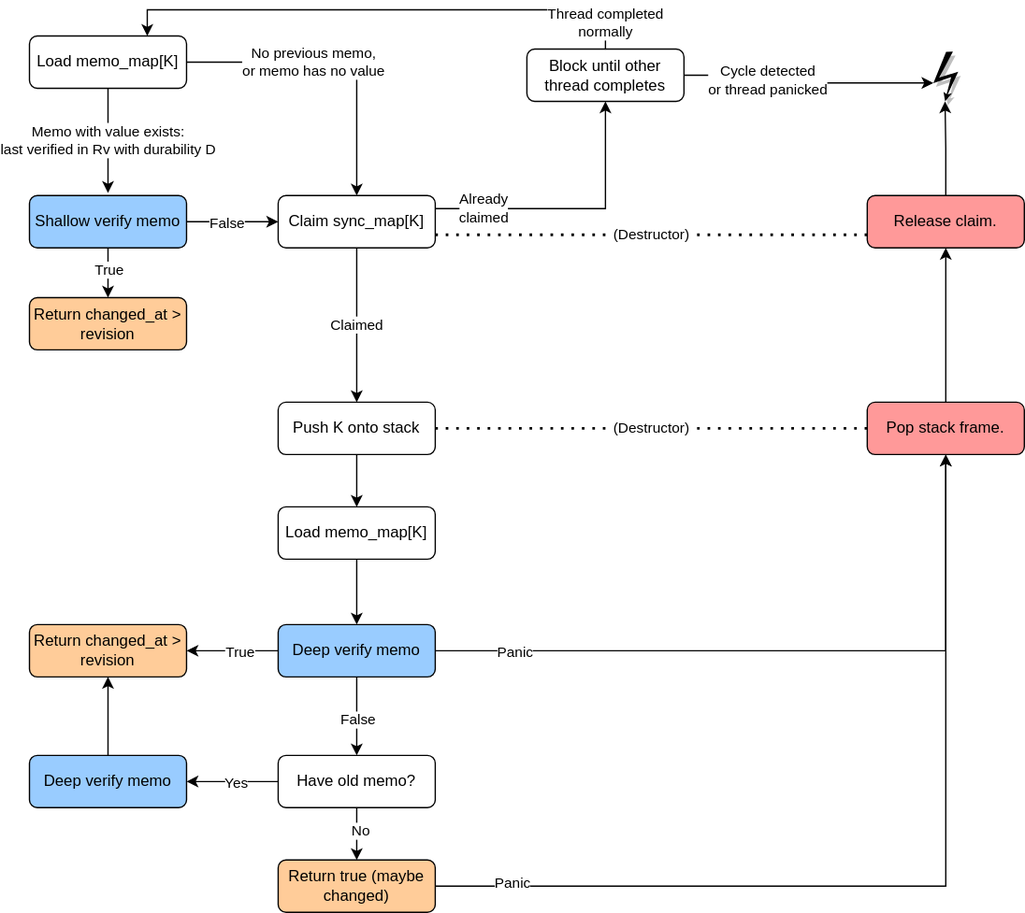
The draw.io diagram book/src/derived-query-maybe-changed-after.drawio.svg in salsa-rs/salsa, before a commit. Source tidied: cells renumbered, new cells last; positions are measured from the earlier drawing's top-left corner, leaving out a move shared by most shapes.
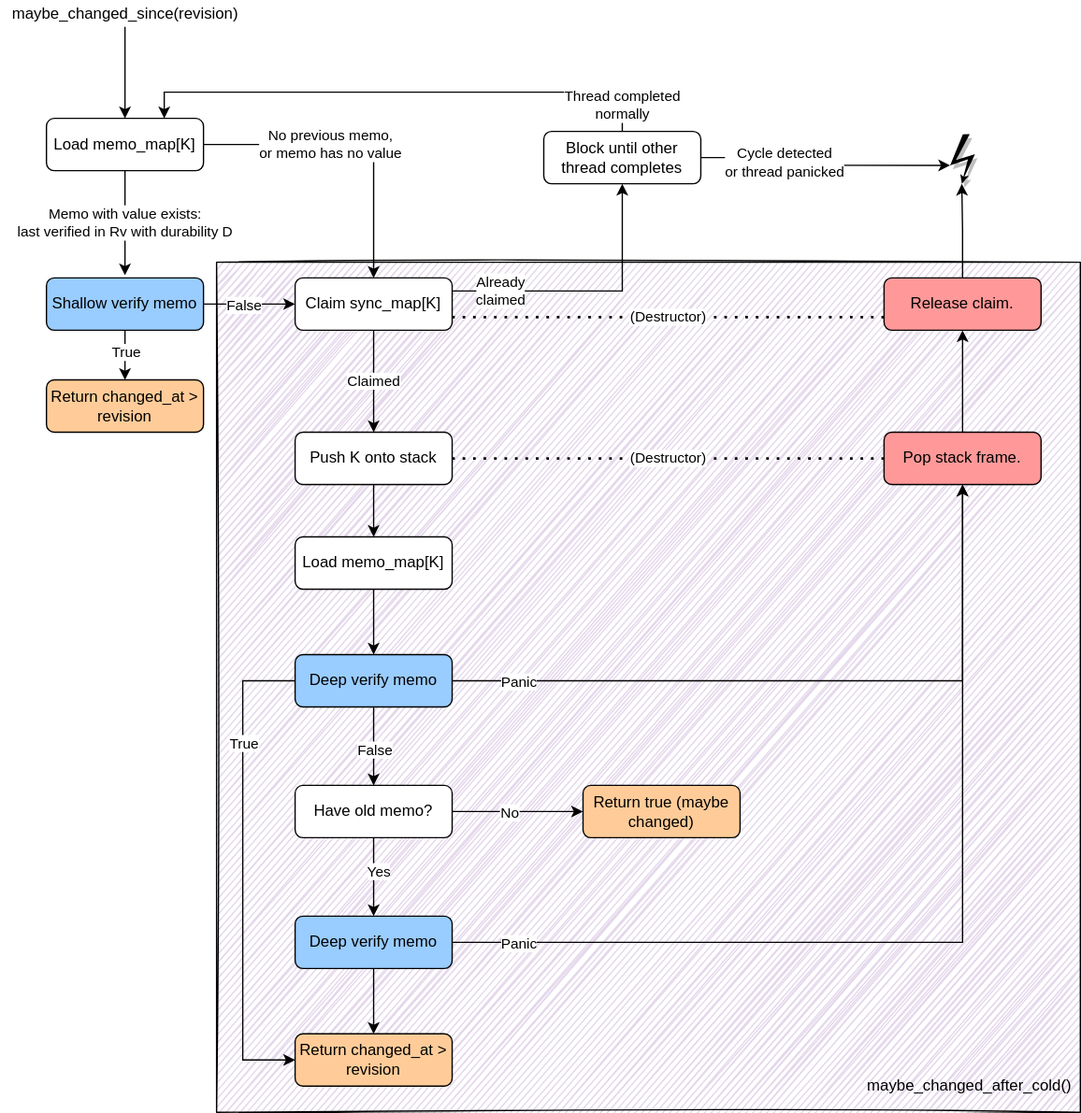
Above is the later version.

What changed in the source:
```diff
@@ -2,6 +2,9 @@
   <root>
     <mxCell id="0" />
     <mxCell id="1" parent="0" />
+    <mxCell id="46" style="rounded=0;whiteSpace=wrap;html=1;fillColor=#E4D7EB;sketch=1;" parent="1" vertex="1">
+      <mxGeometry x="130" y="110" width="660" height="650" as="geometry" />
+    </mxCell>
     <mxCell id="2" value="&lt;div&gt;Memo with value exists:&lt;/div&gt;&lt;div&gt;last verified in Rv with durability D&lt;br&gt;&lt;/div&gt;" style="edgeStyle=orthogonalEdgeStyle;rounded=0;jettySize=auto;html=1;" parent="1" edge="1" source="4">
       <mxGeometry relative="1" as="geometry">
         <mxPoint x="60" y="120" as="targetPoint" />
@@ -32,20 +35,20 @@
       <mxGeometry x="380" y="10" width="120" height="40" as="geometry" />
     </mxCell>
     <mxCell id="11" value="&lt;div&gt;Load memo_map[K]&lt;br&gt;&lt;/div&gt;" style="rounded=1;whiteSpace=wrap;html=1;fontSize=12;glass=0;strokeWidth=1;shadow=0;fillColor=default;strokeColor=default;fontColor=default;" parent="1" vertex="1">
-      <mxGeometry x="190" y="360" width="120" height="40" as="geometry" />
+      <mxGeometry x="190" y="320" width="120" height="40" as="geometry" />
     </mxCell>
     <mxCell id="12" style="edgeStyle=orthogonalEdgeStyle;rounded=0;jettySize=auto;html=1;entryX=0.5;entryY=0;entryDx=0;entryDy=0;" parent="1" edge="1" target="28">
       <mxGeometry relative="1" as="geometry">
-        <mxPoint x="250" y="400" as="sourcePoint" />
+        <mxPoint x="250" y="360" as="sourcePoint" />
       </mxGeometry>
     </mxCell>
     <mxCell id="13" style="edgeStyle=orthogonalEdgeStyle;rounded=0;jettySize=auto;html=1;" parent="1" edge="1" source="14">
       <mxGeometry relative="1" as="geometry">
-        <mxPoint x="250" y="360" as="targetPoint" />
+        <mxPoint x="250" y="320" as="targetPoint" />
       </mxGeometry>
     </mxCell>
     <mxCell id="14" value="&lt;div&gt;Push K onto stack&lt;br&gt;&lt;/div&gt;" style="rounded=1;whiteSpace=wrap;html=1;fontSize=12;glass=0;strokeWidth=1;shadow=0;fillColor=default;strokeColor=default;fontColor=default;" parent="1" vertex="1">
-      <mxGeometry x="190" y="280" width="120" height="40" as="geometry" />
+      <mxGeometry x="190" y="240" width="120" height="40" as="geometry" />
     </mxCell>
     <mxCell id="15" style="edgeStyle=orthogonalEdgeStyle;rounded=0;jettySize=auto;html=1;entryX=0.47;entryY=1;entryDx=0;entryDy=0;entryPerimeter=0;" parent="1" edge="1" source="16" target="19">
       <mxGeometry relative="1" as="geometry" />
@@ -57,7 +60,7 @@
       <mxGeometry relative="1" as="geometry" />
     </mxCell>
     <mxCell id="18" value="Pop stack frame." style="rounded=1;whiteSpace=wrap;html=1;fontSize=12;glass=0;strokeWidth=1;shadow=0;fillColor=#FF9999;strokeColor=default;fontColor=default;" parent="1" vertex="1">
-      <mxGeometry x="640" y="280" width="120" height="40" as="geometry" />
+      <mxGeometry x="640" y="240" width="120" height="40" as="geometry" />
     </mxCell>
     <mxCell id="19" style="shape=mxgraph.signs.safety.high_voltage_1;html=1;fillColor=#000000;strokeColor=none;verticalLabelPosition=bottom;verticalAlign=top;align=center;sketch=0;shadow=1;" parent="1" vertex="1">
       <mxGeometry x="690.5" y="12" width="19" height="38" as="geometry" />
@@ -68,14 +71,6 @@
     <mxCell id="21" value="(Destructor)" style="endArrow=none;dashed=1;html=1;dashPattern=1 3;strokeWidth=2;rounded=0;exitX=1;exitY=0.5;exitDx=0;exitDy=0;" parent="1" edge="1" source="14" target="18">
       <mxGeometry relative="1" as="geometry" />
     </mxCell>
-    <mxCell id="22" style="edgeStyle=orthogonalEdgeStyle;rounded=0;jettySize=auto;html=1;" parent="1" edge="1" source="28" target="35">
-      <mxGeometry relative="1" as="geometry" />
-    </mxCell>
-    <mxCell id="23" value="True" style="edgeLabel;html=1;align=center;verticalAlign=middle;" parent="22" vertex="1">
-      <mxGeometry x="-0.23" y="1" relative="1" as="geometry">
-        <mxPoint x="-3" y="-1" as="offset" />
-      </mxGeometry>
-    </mxCell>
     <mxCell id="24" style="edgeStyle=orthogonalEdgeStyle;rounded=0;jettySize=auto;html=1;" parent="1" edge="1" source="28" target="42">
       <mxGeometry relative="1" as="geometry" />
     </mxCell>
@@ -89,11 +84,24 @@
     </mxCell>
     <mxCell id="27" value="Panic" style="edgeLabel;html=1;align=center;verticalAlign=middle;" parent="26" vertex="1">
       <mxGeometry x="-0.66" y="-1" relative="1" as="geometry">
-        <mxPoint x="-32" y="-1" as="offset" />
+        <mxPoint x="-42" y="-1" as="offset" />
       </mxGeometry>
     </mxCell>
+    <mxCell id="22" style="edgeStyle=orthogonalEdgeStyle;rounded=0;jettySize=auto;html=1;entryX=0;entryY=0.5;entryDx=0;entryDy=0;exitX=0;exitY=0.5;exitDx=0;exitDy=0;" parent="1" edge="1" source="28" target="35">
+      <mxGeometry relative="1" as="geometry">
+        <Array as="points">
+          <mxPoint x="150" y="430" />
+          <mxPoint x="150" y="720" />
+        </Array>
+      </mxGeometry>
+    </mxCell>
+    <mxCell id="23" value="True" style="edgeLabel;html=1;align=center;verticalAlign=middle;" parent="22" vertex="1">
+      <mxGeometry x="-0.13" y="3" relative="1" as="geometry">
+        <mxPoint x="-3" y="-74" as="offset" />
+      </mxGeometry>
+    </mxCell>
     <mxCell id="28" value="&lt;div&gt;Deep verify memo&lt;br&gt;&lt;/div&gt;" style="rounded=1;whiteSpace=wrap;html=1;fontSize=12;glass=0;strokeWidth=1;shadow=0;fillColor=#99CCFF;strokeColor=default;fontColor=default;" parent="1" vertex="1">
-      <mxGeometry x="190" y="450" width="120" height="40" as="geometry" />
+      <mxGeometry x="190" y="410" width="120" height="40" as="geometry" />
     </mxCell>
     <mxCell id="29" style="edgeStyle=orthogonalEdgeStyle;rounded=0;jettySize=auto;html=1;entryX=0;entryY=0.5;entryDx=0;entryDy=0;" parent="1" edge="1" source="33" target="7">
       <mxGeometry relative="1" as="geometry" />
@@ -118,13 +126,21 @@
       <mxGeometry y="200" width="120" height="40" as="geometry" />
     </mxCell>
     <mxCell id="35" value="Return changed_at &amp;gt; revision  " style="rounded=1;whiteSpace=wrap;html=1;fontSize=12;glass=0;strokeWidth=1;shadow=0;fillColor=#FFCC99;strokeColor=default;fontColor=default;" parent="1" vertex="1">
-      <mxGeometry y="450" width="120" height="40" as="geometry" />
+      <mxGeometry x="190" y="700" width="120" height="40" as="geometry" />
     </mxCell>
-    <mxCell id="36" style="edgeStyle=orthogonalEdgeStyle;rounded=0;jettySize=auto;html=1;entryX=0.5;entryY=1;entryDx=0;entryDy=0;" parent="1" edge="1" source="37" target="35">
+    <mxCell id="36" style="edgeStyle=orthogonalEdgeStyle;rounded=0;jettySize=auto;html=1;entryX=0.5;entryY=0;entryDx=0;entryDy=0;" parent="1" edge="1" source="37" target="35">
       <mxGeometry relative="1" as="geometry" />
     </mxCell>
+    <mxCell id="47" style="edgeStyle=orthogonalEdgeStyle;rounded=0;jettySize=auto;html=1;entryX=0.5;entryY=1;entryDx=0;entryDy=0;" parent="1" edge="1" source="37" target="18">
+      <mxGeometry relative="1" as="geometry" />
+    </mxCell>
+    <mxCell id="44" value="Panic" style="edgeLabel;html=1;align=center;verticalAlign=middle;" parent="47" vertex="1">
+      <mxGeometry x="-0.92" y="-4" relative="1" as="geometry">
+        <mxPoint x="22" y="-4" as="offset" />
+      </mxGeometry>
+    </mxCell>
     <mxCell id="37" value="&lt;div&gt;Deep verify memo&lt;br&gt;&lt;/div&gt;" style="rounded=1;whiteSpace=wrap;html=1;fontSize=12;glass=0;strokeWidth=1;shadow=0;fillColor=#99CCFF;strokeColor=default;fontColor=default;" parent="1" vertex="1">
-      <mxGeometry y="550" width="120" height="40" as="geometry" />
+      <mxGeometry x="190" y="610" width="120" height="40" as="geometry" />
     </mxCell>
     <mxCell id="38" style="edgeStyle=orthogonalEdgeStyle;rounded=0;jettySize=auto;html=1;" parent="1" edge="1" source="42" target="37">
       <mxGeometry relative="1" as="geometry" />
@@ -138,21 +154,26 @@
       <mxGeometry relative="1" as="geometry" />
     </mxCell>
     <mxCell id="41" value="No" style="edgeLabel;html=1;align=center;verticalAlign=middle;" parent="40" vertex="1">
-      <mxGeometry x="-0.15" y="2" relative="1" as="geometry" />
+      <mxGeometry x="-0.15" y="2" relative="1" as="geometry">
+        <mxPoint y="2" as="offset" />
+      </mxGeometry>
     </mxCell>
     <mxCell id="42" value="&lt;div&gt;Have old memo?&lt;br&gt;&lt;/div&gt;" style="rounded=1;whiteSpace=wrap;html=1;fontSize=12;glass=0;strokeWidth=1;shadow=0;fillColor=default;strokeColor=default;fontColor=default;" parent="1" vertex="1">
-      <mxGeometry x="190" y="550" width="120" height="40" as="geometry" />
+      <mxGeometry x="190" y="510" width="120" height="40" as="geometry" />
     </mxCell>
-    <mxCell id="43" style="edgeStyle=orthogonalEdgeStyle;rounded=0;jettySize=auto;html=1;" parent="1" edge="1" source="45">
-      <mxGeometry relative="1" as="geometry">
-        <mxPoint x="700" y="320" as="targetPoint" />
-      </mxGeometry>
-    </mxCell>
-    <mxCell id="44" value="Panic" style="edgeLabel;html=1;align=center;verticalAlign=middle;" parent="43" vertex="1">
-      <mxGeometry x="-0.84" y="3" relative="1" as="geometry" />
-    </mxCell>
     <mxCell id="45" value="Return true (maybe changed)" style="rounded=1;whiteSpace=wrap;html=1;fontSize=12;glass=0;strokeWidth=1;shadow=0;fillColor=#FFCC99;strokeColor=default;fontColor=default;" parent="1" vertex="1">
-      <mxGeometry x="190" y="630" width="120" height="40" as="geometry" />
+      <mxGeometry x="410" y="510" width="120" height="40" as="geometry" />
     </mxCell>
+    <mxCell id="48" style="endArrow=classic;html=1;rounded=0;entryX=0.5;entryY=0;entryDx=0;entryDy=0;" parent="1" edge="1" target="4">
+      <mxGeometry relative="1" as="geometry">
+        <mxPoint x="60" y="-70" as="sourcePoint" />
+      </mxGeometry>
+    </mxCell>
+    <mxCell id="49" value="maybe_changed_since(revision)" style="text;html=1;align=center;verticalAlign=middle;strokeColor=none;fillColor=none;" parent="1" vertex="1">
+      <mxGeometry x="-35" y="-90" width="190" height="20" as="geometry" />
+    </mxCell>
+    <mxCell id="50" value="maybe_changed_after_cold()" style="text;html=1;align=center;verticalAlign=middle;strokeColor=none;fillColor=none;" parent="1" vertex="1">
+      <mxGeometry x="620" y="730" width="170" height="20" as="geometry" />
+    </mxCell>
   </root>
 </mxGraphModel>
```
